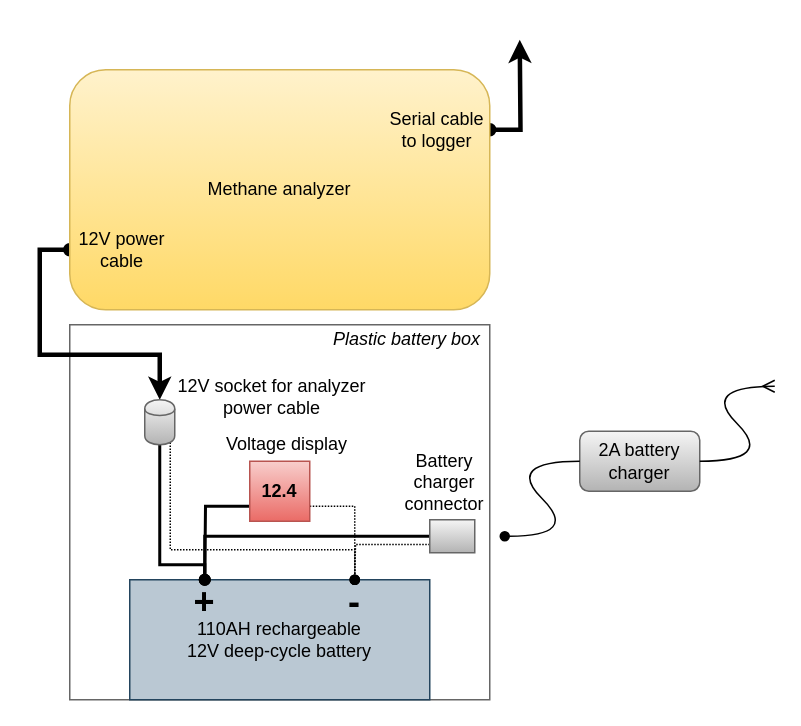
patricktokeeffe/ch4-plume-study keeps this draw.io diagram as img/analyzer-setup.drawio. Above is the earlier version. Source tidied: cells renumbered, new cells numbered last; positions are measured from the earlier drawing's top-left corner, leaving out a move shared by most shapes. Both pictures are drawn from the tidied source at 150%, with x=0, y=0 at pixel (69, 39).
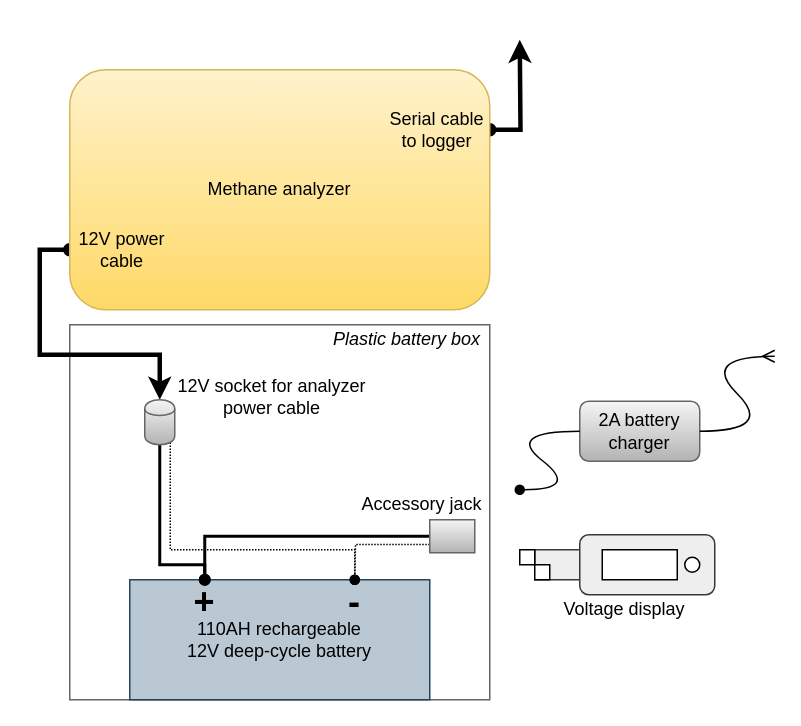
Above is the later version.

The change refers to these unchanged cells:
```xml
<mxCell id="6" value="110AH rechargeable &lt;br&gt;12V deep-cycle battery" style="rounded=0;whiteSpace=wrap;html=1;fillColor=#bac8d3;strokeColor=#23445d;" parent="1" vertex="1">
  <mxGeometry x="40" y="360" width="200" height="80" as="geometry" />
</mxCell>
```

What changed in the source:
```diff
@@
-    <mxCell id="7" style="edgeStyle=orthogonalEdgeStyle;rounded=0;html=1;exitX=1;exitY=0.75;exitDx=0;exitDy=0;entryX=0.75;entryY=0;entryDx=0;entryDy=0;jettySize=auto;dashed=1;dashPattern=1 1;endArrow=oval;endFill=1;" parent="1" edge="1" source="19" target="6">
-      <mxGeometry relative="1" as="geometry" />
-    </mxCell>
@@
     <mxCell id="17" value="Voltage display" style="text;html=1;strokeColor=none;fillColor=none;align=center;verticalAlign=middle;whiteSpace=wrap;rounded=0;" parent="1" vertex="1">
-      <mxGeometry x="100" y="260" width="90" height="20" as="geometry" />
+      <mxGeometry x="320" y="370" width="100" height="20" as="geometry" />
     </mxCell>
-    <mxCell id="18" style="edgeStyle=orthogonalEdgeStyle;rounded=0;html=1;exitX=0;exitY=0.75;exitDx=0;exitDy=0;jettySize=auto;endArrow=oval;endFill=1;strokeWidth=2;" parent="1" edge="1" source="19">
-      <mxGeometry relative="1" as="geometry">
-        <mxPoint x="90" y="360" as="targetPoint" />
-      </mxGeometry>
-    </mxCell>
-    <mxCell id="19" value="12.4" style="rounded=0;whiteSpace=wrap;html=1;fillColor=#f8cecc;strokeColor=#b85450;gradientColor=#ea6b66;fontStyle=1;" parent="1" vertex="1">
-      <mxGeometry x="120" y="281" width="40" height="40" as="geometry" />
-    </mxCell>
-    <mxCell id="20" value="Battery charger connector" style="text;html=1;strokeColor=none;fillColor=none;align=center;verticalAlign=middle;whiteSpace=wrap;rounded=0;" parent="1" vertex="1">
-      <mxGeometry x="220" y="270" width="60" height="50" as="geometry" />
+    <mxCell id="20" value="Accessory jack" style="text;html=1;strokeColor=none;fillColor=none;align=center;verticalAlign=middle;whiteSpace=wrap;rounded=0;" parent="1" vertex="1">
+      <mxGeometry x="190" y="300" width="90" height="20" as="geometry" />
     </mxCell>
     <mxCell id="21" value="2A battery charger" style="rounded=1;whiteSpace=wrap;html=1;fillColor=#f5f5f5;strokeColor=#666666;gradientColor=#b3b3b3;" parent="1" vertex="1">
-      <mxGeometry x="340" y="261" width="80" height="40" as="geometry" />
+      <mxGeometry x="340" y="241" width="80" height="40" as="geometry" />
     </mxCell>
     <mxCell id="22" style="curved=1;endArrow=ERmany;html=1;endFill=0;" parent="1" edge="1">
       <mxGeometry relative="1" as="geometry">
-        <mxPoint x="420" y="281" as="sourcePoint" />
-        <mxPoint x="470" y="231" as="targetPoint" />
+        <mxPoint x="420" y="261" as="sourcePoint" />
+        <mxPoint x="470" y="211" as="targetPoint" />
         <Array as="points">
-          <mxPoint x="470" y="281" />
-          <mxPoint x="420" y="231" />
+          <mxPoint x="470" y="261" />
+          <mxPoint x="420" y="211" />
         </Array>
       </mxGeometry>
     </mxCell>
     <mxCell id="23" style="curved=1;endArrow=none;html=1;endFill=0;startArrow=oval;startFill=1;" parent="1" edge="1">
       <mxGeometry relative="1" as="geometry">
-        <mxPoint x="290" y="331" as="sourcePoint" />
-        <mxPoint x="340" y="281" as="targetPoint" />
+        <mxPoint x="300" y="300" as="sourcePoint" />
+        <mxPoint x="340" y="261" as="targetPoint" />
         <Array as="points">
-          <mxPoint x="340" y="331" />
-          <mxPoint x="290" y="281" />
+          <mxPoint x="340" y="300" />
+          <mxPoint x="290" y="261" />
         </Array>
       </mxGeometry>
     </mxCell>
@@
+    <mxCell id="27" style="rounded=0;whiteSpace=wrap;html=1;fillColor=#eeeeee;strokeColor=#36393d;" parent="1" vertex="1">
+      <mxGeometry x="310" y="340" width="110" height="20" as="geometry" />
+    </mxCell>
+    <mxCell id="28" style="rounded=1;whiteSpace=wrap;html=1;fillColor=#eeeeee;strokeColor=#36393d;" parent="1" vertex="1">
+      <mxGeometry x="340" y="330" width="90" height="40" as="geometry" />
+    </mxCell>
+    <mxCell id="29" style="rounded=0;whiteSpace=wrap;html=1;" parent="1" vertex="1">
+      <mxGeometry x="300" y="340" width="10" height="10" as="geometry" />
+    </mxCell>
+    <mxCell id="30" style="rounded=0;whiteSpace=wrap;html=1;" parent="1" vertex="1">
+      <mxGeometry x="310" y="350" width="10" height="10" as="geometry" />
+    </mxCell>
+    <mxCell id="31" style="rounded=0;whiteSpace=wrap;html=1;" parent="1" vertex="1">
+      <mxGeometry x="355" y="340" width="50" height="20" as="geometry" />
+    </mxCell>
+    <mxCell id="32" style="ellipse;whiteSpace=wrap;html=1;" parent="1" vertex="1">
+      <mxGeometry x="410" y="345" width="10" height="10" as="geometry" />
+    </mxCell>
```
